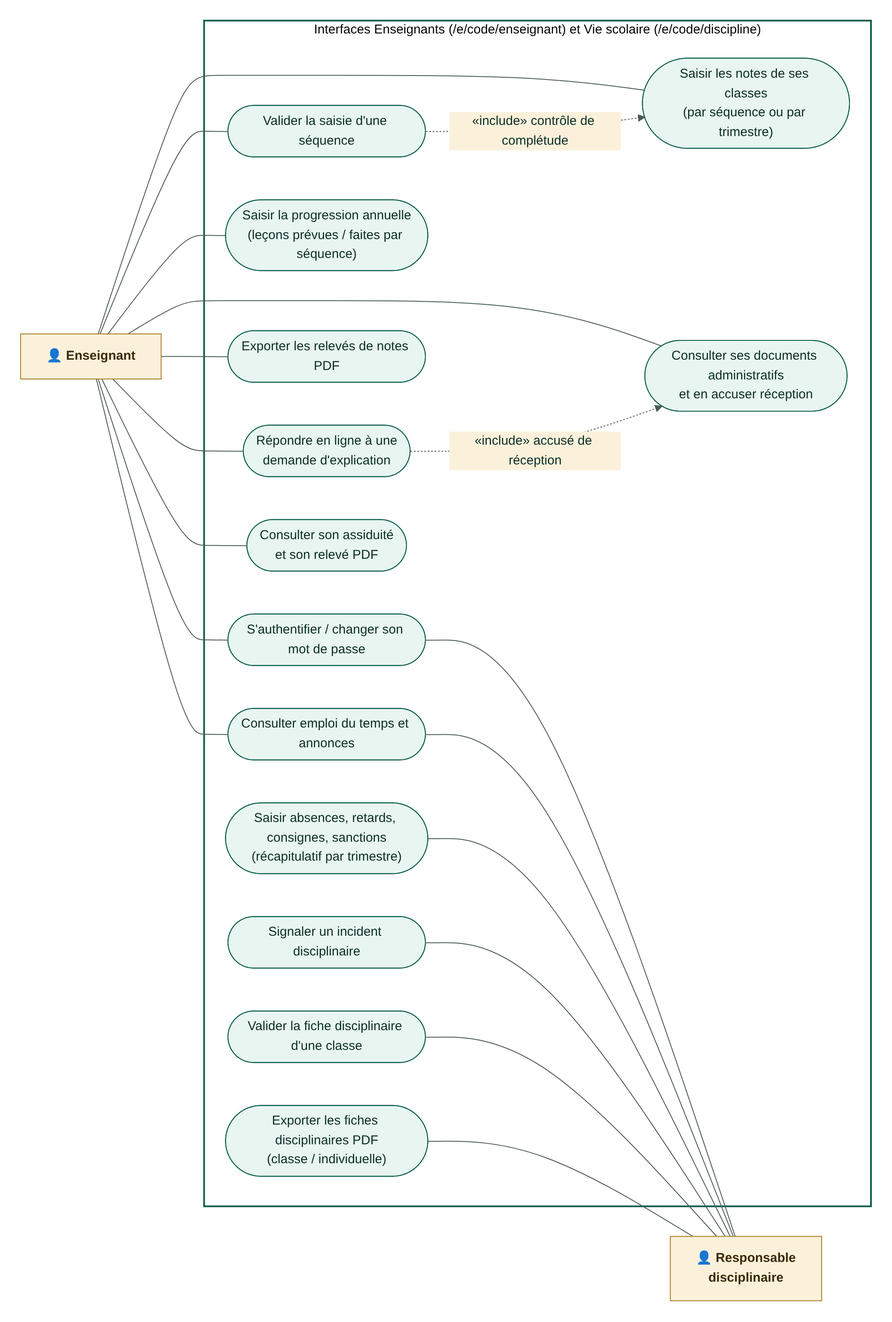
The Mermaid diagram docs/uml/01b_cas_utilisation_ens_resp.png in ANDJE30/MY_WORLD, before a commit. Its source is kept beside it as docs/uml/01b_cas_utilisation_ens_resp.mmd.
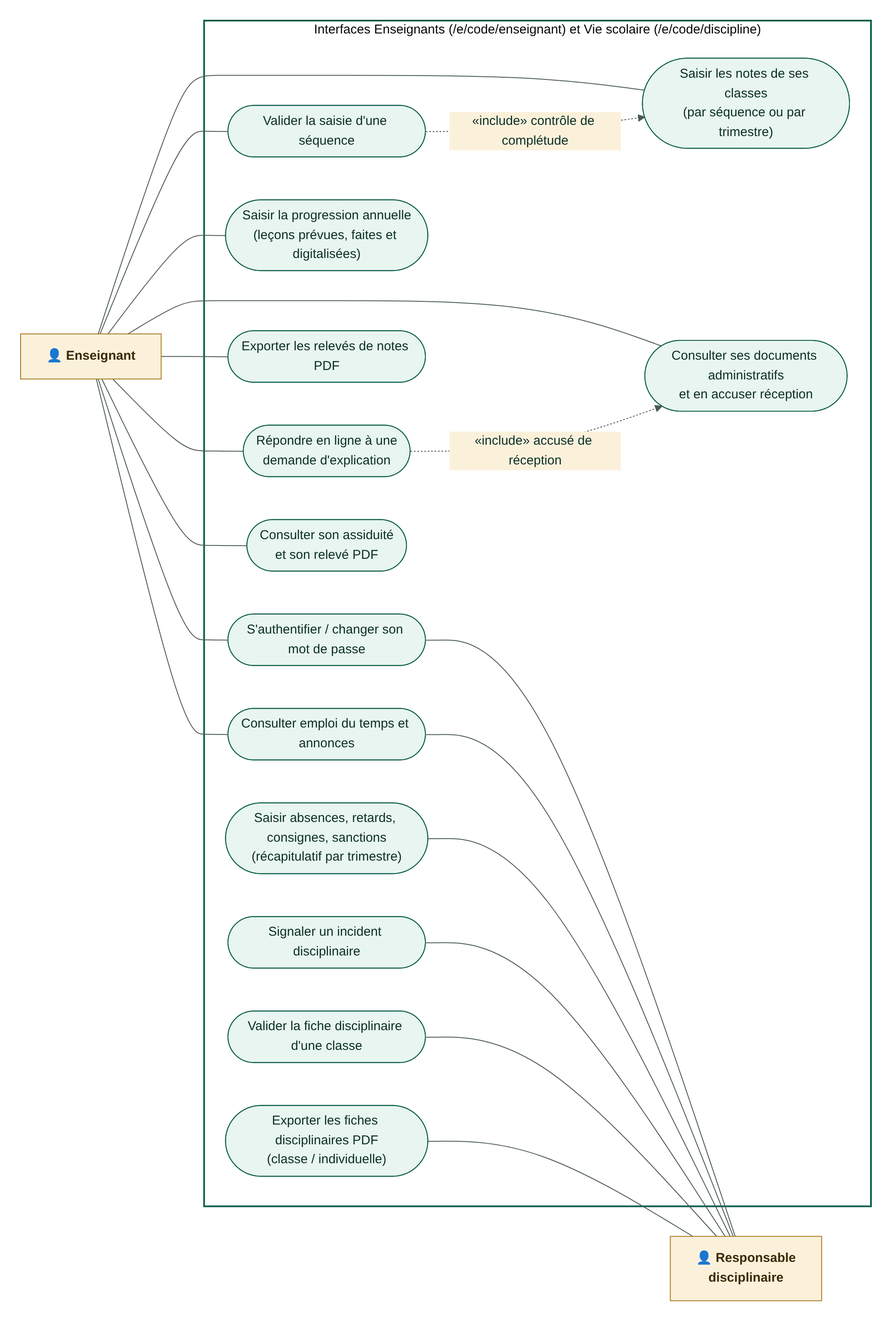
Above is the later version.

Diff of the diagram source:
```diff
@@ -5,7 +5,7 @@
     direction TB
     C0(["S'authentifier / changer son mot de passe"])
     C1(["Consulter emploi du temps et annonces"])
-    E1(["Saisir la progression annuelle<br/>(leçons prévues / faites par séquence)"])
+    E1(["Saisir la progression annuelle<br/>(leçons prévues, faites et digitalisées)"])
     E2(["Saisir les notes de ses classes<br/>(par séquence ou par trimestre)"])
     E3(["Valider la saisie d'une séquence"])
     E4(["Exporter les relevés de notes PDF"])
```
